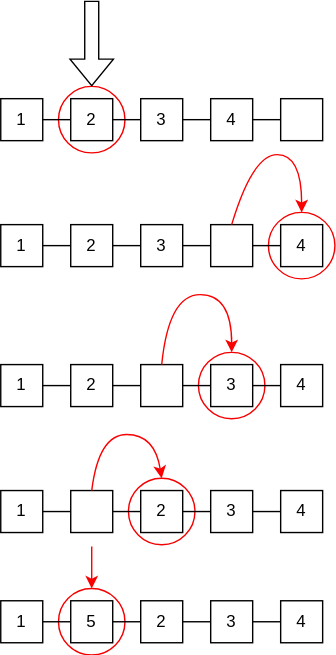
mdgome/mdgome.github.io keeps this draw.io diagram as asset/img/arrayListAdd.svg. Above is the earlier version. Source tidied: cells renumbered, new cells last; positions are measured from the earlier drawing's top-left corner, leaving out a move shared by most shapes.
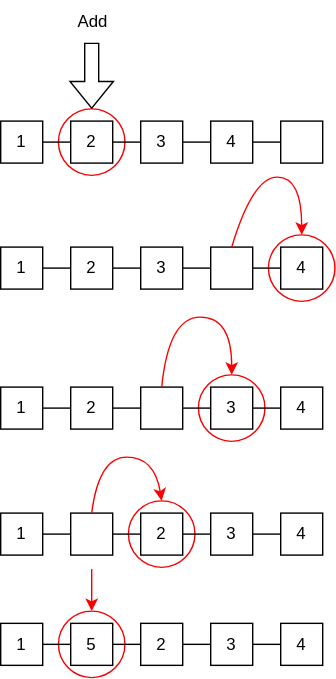
After the commit.

Change to the diagram source:
```diff
@@ -34,7 +34,7 @@
     </mxCell>
     <mxCell id="12" style="shape=flexArrow;endArrow=classic;html=1;rounded=0;entryX=0.5;entryY=0;entryDx=0;entryDy=0;" parent="1" edge="1" target="2">
       <mxGeometry relative="1" as="geometry">
-        <mxPoint x="65" as="sourcePoint" />
+        <mxPoint x="65" y="14" as="sourcePoint" />
       </mxGeometry>
     </mxCell>
     <mxCell id="13" style="ellipse;whiteSpace=wrap;html=1;strokeColor=#f50000;" parent="1" vertex="1">
@@ -186,5 +186,8 @@
         <mxPoint x="65" y="390" as="sourcePoint" />
       </mxGeometry>
     </mxCell>
+    <mxCell id="57" value="Add" style="rounded=0;whiteSpace=wrap;html=1;strokeColor=none;fillColor=none;" parent="1" vertex="1">
+      <mxGeometry x="41.2" y="-16" width="50" height="30" as="geometry" />
+    </mxCell>
   </root>
 </mxGraphModel>
```
